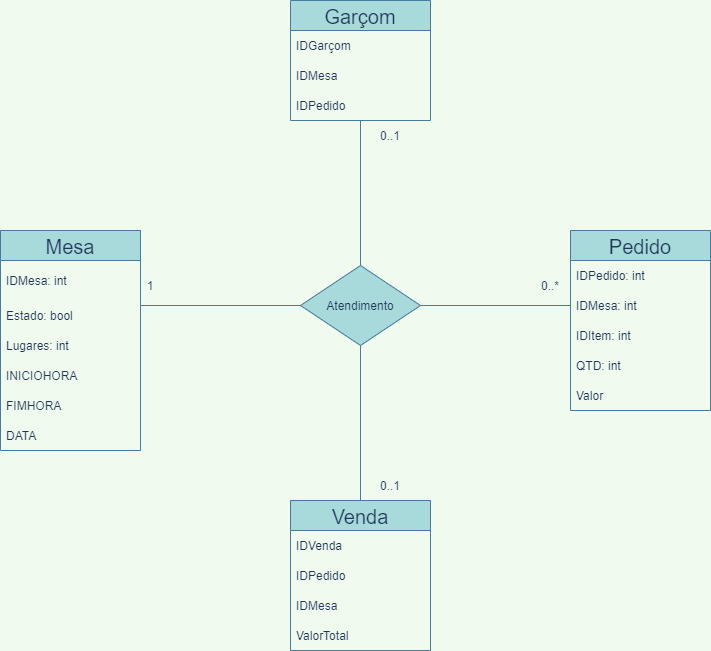
Above: Diagrama de Classe Atendimento.drawio.png in hinname/project-Restaurant (draw.io), before the change. Source tidied: cells renumbered, new cells last; positions are measured from the earlier drawing's top-left corner, leaving out a move shared by most shapes.
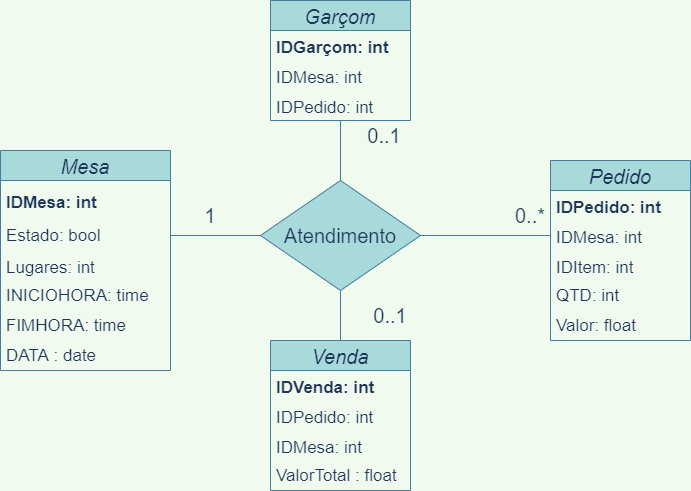
The same diagram one commit later.

Change to the diagram source:
```diff
@@ -2,102 +2,101 @@
   <root>
     <mxCell id="0" />
     <mxCell id="1" parent="0" />
-    <mxCell id="2" value="Mesa" style="swimlane;fontStyle=0;horizontal=1;startSize=30;fontSize=20;fillColor=#A8DADC;strokeColor=#457B9D;fontColor=#1D3557;" parent="1" vertex="1">
-      <mxGeometry y="230" width="140" height="220" as="geometry" />
+    <mxCell id="2" value="Mesa" style="swimlane;fontStyle=2;horizontal=1;startSize=30;fontSize=20;fillColor=#A8DADC;strokeColor=#457B9D;fontColor=#1D3557;" parent="1" vertex="1">
+      <mxGeometry x="20" y="220" width="170" height="220" as="geometry" />
     </mxCell>
-    <mxCell id="3" value="IDMesa: int" style="text;strokeColor=none;fillColor=none;align=left;verticalAlign=middle;spacingLeft=4;spacingRight=4;overflow=hidden;fontColor=#1D3557;" parent="2" vertex="1">
-      <mxGeometry y="30" width="140" height="40" as="geometry" />
+    <mxCell id="3" value="IDMesa: int" style="text;strokeColor=none;fillColor=none;align=left;verticalAlign=middle;spacingLeft=4;spacingRight=4;overflow=hidden;fontColor=#1D3557;fontSize=17;fontStyle=1;" parent="2" vertex="1">
+      <mxGeometry y="30" width="170" height="40" as="geometry" />
     </mxCell>
-    <mxCell id="4" value="Estado: bool" style="text;html=1;strokeColor=none;fillColor=none;align=left;verticalAlign=middle;whiteSpace=wrap;rounded=0;fontSize=12;spacingLeft=4;fontColor=#1D3557;" parent="2" vertex="1">
-      <mxGeometry y="70" width="140" height="30" as="geometry" />
+    <mxCell id="4" value="&lt;font style=&quot;font-size: 17px&quot;&gt;Estado: bool&lt;/font&gt;" style="text;html=1;strokeColor=none;fillColor=none;align=left;verticalAlign=middle;whiteSpace=wrap;rounded=0;fontSize=12;spacingLeft=4;fontColor=#1D3557;" parent="2" vertex="1">
+      <mxGeometry y="70" width="170" height="30" as="geometry" />
     </mxCell>
-    <mxCell id="5" value="Lugares: int" style="text;strokeColor=none;fillColor=none;align=left;verticalAlign=middle;spacingLeft=4;spacingRight=4;overflow=hidden;fontColor=#1D3557;" parent="2" vertex="1">
-      <mxGeometry y="100" width="140" height="30" as="geometry" />
+    <mxCell id="5" value="Lugares: int" style="text;strokeColor=none;fillColor=none;align=left;verticalAlign=middle;spacingLeft=4;spacingRight=4;overflow=hidden;fontColor=#1D3557;fontSize=17;" parent="2" vertex="1">
+      <mxGeometry y="100" width="170" height="30" as="geometry" />
     </mxCell>
-    <mxCell id="6" value="INICIOHORA" style="text;html=1;strokeColor=none;fillColor=none;align=left;verticalAlign=middle;whiteSpace=wrap;rounded=0;fontSize=12;spacingLeft=4;fontColor=#1D3557;" parent="2" vertex="1">
-      <mxGeometry y="130" width="140" height="30" as="geometry" />
+    <mxCell id="6" value="&lt;font style=&quot;font-size: 17px&quot;&gt;INICIOHORA: time&lt;/font&gt;" style="text;html=1;strokeColor=none;fillColor=none;align=left;verticalAlign=middle;whiteSpace=wrap;rounded=0;fontSize=12;spacingLeft=4;fontColor=#1D3557;" parent="2" vertex="1">
+      <mxGeometry y="130" width="170" height="30" as="geometry" />
     </mxCell>
-    <mxCell id="7" value="FIMHORA" style="text;html=1;strokeColor=none;fillColor=none;align=left;verticalAlign=middle;whiteSpace=wrap;rounded=0;fontSize=12;spacingLeft=4;fontColor=#1D3557;" parent="2" vertex="1">
-      <mxGeometry y="160" width="140" height="30" as="geometry" />
+    <mxCell id="7" value="&lt;font style=&quot;font-size: 17px&quot;&gt;FIMHORA: time&lt;/font&gt;" style="text;html=1;strokeColor=none;fillColor=none;align=left;verticalAlign=middle;whiteSpace=wrap;rounded=0;fontSize=12;spacingLeft=4;fontColor=#1D3557;" parent="2" vertex="1">
+      <mxGeometry y="160" width="170" height="30" as="geometry" />
     </mxCell>
-    <mxCell id="8" value="DATA" style="text;html=1;strokeColor=none;fillColor=none;align=left;verticalAlign=middle;whiteSpace=wrap;rounded=0;fontSize=12;spacingLeft=4;fontColor=#1D3557;" parent="2" vertex="1">
-      <mxGeometry y="190" width="140" height="30" as="geometry" />
+    <mxCell id="8" value="&lt;font style=&quot;font-size: 17px&quot;&gt;DATA : date&lt;/font&gt;" style="text;html=1;strokeColor=none;fillColor=none;align=left;verticalAlign=middle;whiteSpace=wrap;rounded=0;fontSize=12;spacingLeft=4;fontColor=#1D3557;" parent="2" vertex="1">
+      <mxGeometry y="190" width="170" height="30" as="geometry" />
     </mxCell>
-    <mxCell id="9" value="Pedido" style="swimlane;fontStyle=0;horizontal=1;startSize=30;fontSize=20;fillColor=#A8DADC;strokeColor=#457B9D;fontColor=#1D3557;" parent="1" vertex="1">
+    <mxCell id="9" value="Pedido" style="swimlane;fontStyle=2;horizontal=1;startSize=30;fontSize=20;fillColor=#A8DADC;strokeColor=#457B9D;fontColor=#1D3557;" parent="1" vertex="1">
       <mxGeometry x="570" y="230" width="140" height="180" as="geometry" />
     </mxCell>
-    <mxCell id="10" value="IDPedido: int" style="text;strokeColor=none;fillColor=none;align=left;verticalAlign=middle;spacingLeft=4;spacingRight=4;overflow=hidden;fontColor=#1D3557;" parent="9" vertex="1">
+    <mxCell id="10" value="IDPedido: int" style="text;strokeColor=none;fillColor=none;align=left;verticalAlign=middle;spacingLeft=4;spacingRight=4;overflow=hidden;fontColor=#1D3557;fontSize=17;fontStyle=1;" parent="9" vertex="1">
       <mxGeometry y="30" width="140" height="30" as="geometry" />
     </mxCell>
-    <mxCell id="11" value="IDMesa: int" style="text;strokeColor=none;fillColor=none;align=left;verticalAlign=middle;spacingLeft=4;spacingRight=4;overflow=hidden;points=[[0,0.5],[1,0.5]];portConstraint=eastwest;fontColor=#1D3557;" parent="9" vertex="1">
+    <mxCell id="11" value="IDMesa: int" style="text;strokeColor=none;fillColor=none;align=left;verticalAlign=middle;spacingLeft=4;spacingRight=4;overflow=hidden;points=[[0,0.5],[1,0.5]];portConstraint=eastwest;fontColor=#1D3557;fontSize=17;" parent="9" vertex="1">
       <mxGeometry y="60" width="140" height="30" as="geometry" />
     </mxCell>
-    <mxCell id="12" value="IDItem: int" style="text;strokeColor=none;fillColor=none;align=left;verticalAlign=middle;spacingLeft=4;spacingRight=4;overflow=hidden;fontColor=#1D3557;" parent="9" vertex="1">
+    <mxCell id="12" value="IDItem: int" style="text;strokeColor=none;fillColor=none;align=left;verticalAlign=middle;spacingLeft=4;spacingRight=4;overflow=hidden;fontColor=#1D3557;fontSize=17;" parent="9" vertex="1">
       <mxGeometry y="90" width="140" height="30" as="geometry" />
     </mxCell>
-    <mxCell id="13" value="QTD: int" style="text;html=1;strokeColor=none;fillColor=none;align=left;verticalAlign=middle;rounded=0;fontSize=12;whiteSpace=wrap;spacingLeft=4;fontColor=#1D3557;" parent="9" vertex="1">
+    <mxCell id="13" value="&lt;font style=&quot;font-size: 17px&quot;&gt;QTD: int&lt;/font&gt;" style="text;html=1;strokeColor=none;fillColor=none;align=left;verticalAlign=middle;rounded=0;fontSize=12;whiteSpace=wrap;spacingLeft=4;fontColor=#1D3557;" parent="9" vertex="1">
       <mxGeometry y="120" width="140" height="30" as="geometry" />
     </mxCell>
-    <mxCell id="14" value="Valor" style="text;html=1;strokeColor=none;fillColor=none;align=left;verticalAlign=middle;whiteSpace=wrap;rounded=0;fontSize=12;spacingLeft=4;fontColor=#1D3557;" parent="9" vertex="1">
+    <mxCell id="14" value="&lt;font style=&quot;font-size: 17px&quot;&gt;Valor: float&lt;/font&gt;" style="text;html=1;strokeColor=none;fillColor=none;align=left;verticalAlign=middle;whiteSpace=wrap;rounded=0;fontSize=12;spacingLeft=4;fontColor=#1D3557;" parent="9" vertex="1">
       <mxGeometry y="150" width="140" height="30" as="geometry" />
     </mxCell>
-    <mxCell id="15" style="endArrow=none;html=1;rounded=0;fontSize=12;edgeStyle=orthogonalEdgeStyle;exitX=1;exitY=0;exitDx=0;exitDy=0;entryX=0;entryY=0.5;entryDx=0;entryDy=0;labelBackgroundColor=#F1FAEE;strokeColor=#457B9D;fontColor=#1D3557;" parent="1" edge="1" source="4" target="11">
-      <mxGeometry relative="1" as="geometry">
-        <Array as="points">
-          <mxPoint x="140" y="305" />
-        </Array>
-      </mxGeometry>
-    </mxCell>
-    <mxCell id="16" value="1" style="text;html=1;strokeColor=none;fillColor=none;align=center;verticalAlign=middle;whiteSpace=wrap;rounded=0;fontSize=12;fontColor=#1D3557;" parent="1" vertex="1">
-      <mxGeometry x="80" y="270" width="140" height="30" as="geometry" />
-    </mxCell>
-    <mxCell id="17" value="0..*" style="text;html=1;strokeColor=none;fillColor=none;align=center;verticalAlign=middle;whiteSpace=wrap;rounded=0;fontSize=12;fontColor=#1D3557;" parent="1" vertex="1">
+    <mxCell id="17" value="&lt;font style=&quot;font-size: 20px&quot;&gt;0..*&lt;/font&gt;" style="text;html=1;strokeColor=none;fillColor=none;align=center;verticalAlign=middle;whiteSpace=wrap;rounded=0;fontSize=12;fontColor=#1D3557;" parent="1" vertex="1">
       <mxGeometry x="520" y="270" width="60" height="30" as="geometry" />
     </mxCell>
     <mxCell id="18" style="rhombus;whiteSpace=wrap;html=1;fontSize=12;align=left;fillColor=#A8DADC;strokeColor=#457B9D;fontColor=#1D3557;" parent="1" vertex="1">
-      <mxGeometry x="300" y="265" width="120" height="80" as="geometry" />
+      <mxGeometry x="280" y="250" width="160" height="110" as="geometry" />
     </mxCell>
-    <mxCell id="19" value="Atendimento" style="text;html=1;strokeColor=none;fillColor=none;align=center;verticalAlign=middle;whiteSpace=wrap;rounded=0;fontSize=12;fontColor=#1D3557;" parent="1" vertex="1">
+    <mxCell id="19" value="&lt;font style=&quot;font-size: 20px&quot;&gt;Atendimento&lt;/font&gt;" style="text;html=1;strokeColor=none;fillColor=none;align=center;verticalAlign=middle;whiteSpace=wrap;rounded=0;fontSize=12;fontColor=#1D3557;" parent="1" vertex="1">
       <mxGeometry x="330" y="290" width="60" height="30" as="geometry" />
     </mxCell>
     <mxCell id="20" style="endArrow=none;html=1;rounded=0;fontSize=12;edgeStyle=orthogonalEdgeStyle;exitX=0.5;exitY=0;exitDx=0;exitDy=0;labelBackgroundColor=#F1FAEE;strokeColor=#457B9D;fontColor=#1D3557;" parent="1" edge="1" source="18" target="21">
       <mxGeometry relative="1" as="geometry" />
     </mxCell>
-    <mxCell id="21" value="Garçom" style="swimlane;fontStyle=0;horizontal=1;startSize=30;fontSize=20;align=center;fillColor=#A8DADC;strokeColor=#457B9D;fontColor=#1D3557;" parent="1" vertex="1">
-      <mxGeometry x="290" width="140" height="120" as="geometry" />
+    <mxCell id="21" value="Garçom" style="swimlane;fontStyle=2;horizontal=1;startSize=30;fontSize=20;align=center;fillColor=#A8DADC;strokeColor=#457B9D;fontColor=#1D3557;" parent="1" vertex="1">
+      <mxGeometry x="290" y="70" width="140" height="120" as="geometry" />
     </mxCell>
-    <mxCell id="22" value="IDGarçom" style="text;strokeColor=none;fillColor=none;align=left;verticalAlign=middle;spacingLeft=4;spacingRight=4;overflow=hidden;fontSize=12;fontColor=#1D3557;" parent="21" vertex="1">
+    <mxCell id="22" value="IDGarçom: int" style="text;strokeColor=none;fillColor=none;align=left;verticalAlign=middle;spacingLeft=4;spacingRight=4;overflow=hidden;fontSize=17;fontColor=#1D3557;fontStyle=1;" parent="21" vertex="1">
       <mxGeometry y="30" width="140" height="30" as="geometry" />
     </mxCell>
-    <mxCell id="23" value="IDMesa" style="text;strokeColor=none;fillColor=none;align=left;verticalAlign=middle;spacingLeft=4;spacingRight=4;overflow=hidden;fontSize=12;fontColor=#1D3557;" parent="21" vertex="1">
+    <mxCell id="23" value="IDMesa: int" style="text;strokeColor=none;fillColor=none;align=left;verticalAlign=middle;spacingLeft=4;spacingRight=4;overflow=hidden;fontSize=17;fontColor=#1D3557;" parent="21" vertex="1">
       <mxGeometry y="60" width="140" height="30" as="geometry" />
     </mxCell>
-    <mxCell id="24" value="IDPedido" style="text;strokeColor=none;fillColor=none;align=left;verticalAlign=middle;spacingLeft=4;spacingRight=4;overflow=hidden;fontSize=12;fontColor=#1D3557;" parent="21" vertex="1">
+    <mxCell id="24" value="IDPedido: int" style="text;strokeColor=none;fillColor=none;align=left;verticalAlign=middle;spacingLeft=4;spacingRight=4;overflow=hidden;fontSize=17;fontColor=#1D3557;" parent="21" vertex="1">
       <mxGeometry y="90" width="140" height="30" as="geometry" />
     </mxCell>
-    <mxCell id="25" value="Venda" style="swimlane;fontStyle=0;horizontal=1;startSize=30;fontSize=20;align=center;fillColor=#A8DADC;strokeColor=#457B9D;fontColor=#1D3557;" parent="1" vertex="1">
-      <mxGeometry x="290" y="500" width="140" height="150" as="geometry" />
+    <mxCell id="25" value="Venda" style="swimlane;fontStyle=2;horizontal=1;startSize=30;fontSize=20;align=center;fillColor=#A8DADC;strokeColor=#457B9D;fontColor=#1D3557;" parent="1" vertex="1">
+      <mxGeometry x="290" y="410" width="140" height="150" as="geometry" />
     </mxCell>
-    <mxCell id="26" value="IDVenda" style="text;strokeColor=none;fillColor=none;align=left;verticalAlign=middle;spacingLeft=4;spacingRight=4;overflow=hidden;fontSize=12;fontColor=#1D3557;" parent="25" vertex="1">
+    <mxCell id="26" value="IDVenda: int" style="text;strokeColor=none;fillColor=none;align=left;verticalAlign=middle;spacingLeft=4;spacingRight=4;overflow=hidden;fontSize=17;fontColor=#1D3557;fontStyle=1;" parent="25" vertex="1">
       <mxGeometry y="30" width="140" height="30" as="geometry" />
     </mxCell>
-    <mxCell id="27" value="IDPedido" style="text;strokeColor=none;fillColor=none;align=left;verticalAlign=middle;spacingLeft=4;spacingRight=4;overflow=hidden;fontSize=12;fontColor=#1D3557;" parent="25" vertex="1">
+    <mxCell id="27" value="IDPedido: int" style="text;strokeColor=none;fillColor=none;align=left;verticalAlign=middle;spacingLeft=4;spacingRight=4;overflow=hidden;fontSize=17;fontColor=#1D3557;" parent="25" vertex="1">
       <mxGeometry y="60" width="140" height="30" as="geometry" />
     </mxCell>
-    <mxCell id="28" value="IDMesa" style="text;strokeColor=none;fillColor=none;align=left;verticalAlign=middle;spacingLeft=4;spacingRight=4;overflow=hidden;fontSize=12;fontColor=#1D3557;" parent="25" vertex="1">
+    <mxCell id="28" value="IDMesa: int" style="text;strokeColor=none;fillColor=none;align=left;verticalAlign=middle;spacingLeft=4;spacingRight=4;overflow=hidden;fontSize=17;fontColor=#1D3557;" parent="25" vertex="1">
       <mxGeometry y="90" width="140" height="30" as="geometry" />
     </mxCell>
-    <mxCell id="29" value="ValorTotal" style="text;html=1;strokeColor=none;fillColor=none;align=left;verticalAlign=middle;whiteSpace=wrap;rounded=0;fontSize=12;spacingLeft=4;fontColor=#1D3557;" parent="25" vertex="1">
+    <mxCell id="29" value="&lt;font style=&quot;font-size: 17px&quot;&gt;ValorTotal : float&lt;/font&gt;" style="text;html=1;strokeColor=none;fillColor=none;align=left;verticalAlign=middle;whiteSpace=wrap;rounded=0;fontSize=12;spacingLeft=4;fontColor=#1D3557;" parent="25" vertex="1">
       <mxGeometry y="120" width="140" height="30" as="geometry" />
     </mxCell>
     <mxCell id="30" style="endArrow=none;html=1;rounded=0;fontSize=12;edgeStyle=orthogonalEdgeStyle;exitX=0.5;exitY=0;exitDx=0;exitDy=0;entryX=0.5;entryY=1;entryDx=0;entryDy=0;labelBackgroundColor=#F1FAEE;strokeColor=#457B9D;fontColor=#1D3557;" parent="1" edge="1" source="25" target="18">
       <mxGeometry relative="1" as="geometry" />
     </mxCell>
+    <mxCell id="32" value="&lt;font style=&quot;font-size: 20px&quot;&gt;0..1&lt;/font&gt;" style="text;html=1;strokeColor=none;fillColor=none;align=center;verticalAlign=middle;whiteSpace=wrap;rounded=0;fontSize=12;fontColor=#1D3557;" parent="1" vertex="1">
+      <mxGeometry x="380" y="370" width="60" height="30" as="geometry" />
+    </mxCell>
+    <mxCell id="16" value="1" style="text;html=1;strokeColor=none;fillColor=none;align=center;verticalAlign=middle;whiteSpace=wrap;rounded=0;sketch=0;fontSize=20;fontColor=#1D3557;" parent="1" vertex="1">
+      <mxGeometry x="200" y="270" width="60" height="30" as="geometry" />
+    </mxCell>
+    <mxCell id="33" style="endArrow=none;html=1;rounded=1;sketch=0;fontSize=20;fontColor=#1D3557;strokeColor=#457B9D;fillColor=#A8DADC;edgeStyle=orthogonalEdgeStyle;curved=0;exitX=1;exitY=0.5;exitDx=0;exitDy=0;entryX=0;entryY=0.5;entryDx=0;entryDy=0;" parent="1" edge="1" source="4" target="18">
+      <mxGeometry relative="1" as="geometry" />
+    </mxCell>
+    <mxCell id="34" style="endArrow=none;html=1;rounded=1;sketch=0;fontSize=20;fontColor=#1D3557;strokeColor=#457B9D;fillColor=#A8DADC;edgeStyle=orthogonalEdgeStyle;curved=0;entryX=0;entryY=0.5;entryDx=0;entryDy=0;exitX=1;exitY=0.5;exitDx=0;exitDy=0;" parent="1" edge="1" source="18" target="11">
+      <mxGeometry relative="1" as="geometry" />
+    </mxCell>
-    <mxCell id="31" value="0..1" style="text;html=1;strokeColor=none;fillColor=none;align=center;verticalAlign=middle;whiteSpace=wrap;rounded=0;fontSize=12;fontColor=#1D3557;" parent="1" vertex="1">
-      <mxGeometry x="360" y="120" width="60" height="30" as="geometry" />
+    <mxCell id="31" value="&lt;font style=&quot;font-size: 20px&quot;&gt;0..1&lt;/font&gt;" style="text;html=1;strokeColor=none;fillColor=none;align=center;verticalAlign=middle;whiteSpace=wrap;rounded=0;fontSize=12;fontColor=#1D3557;" parent="1" vertex="1">
+      <mxGeometry x="374" y="190" width="60" height="30" as="geometry" />
     </mxCell>
-    <mxCell id="32" value="0..1" style="text;html=1;strokeColor=none;fillColor=none;align=center;verticalAlign=middle;whiteSpace=wrap;rounded=0;fontSize=12;fontColor=#1D3557;" parent="1" vertex="1">
-      <mxGeometry x="360" y="470" width="60" height="30" as="geometry" />
-    </mxCell>
   </root>
 </mxGraphModel>
```
